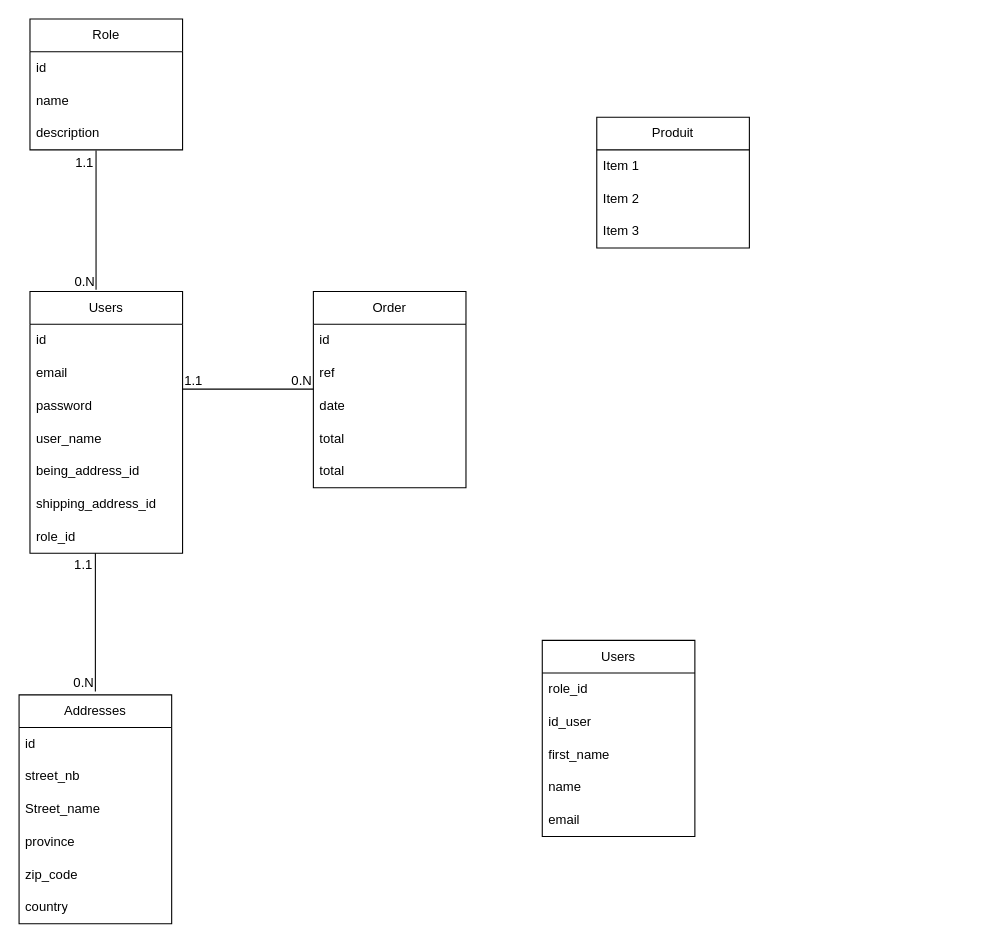
Before: Diagramme sans nom.drawio in yacdja/MVC, a draw.io diagram. Source tidied: cells renumbered, new cells numbered last; positions are measured from the earlier drawing's top-left corner, leaving out a move shared by most shapes. Both pictures are drawn from the tidied source at 109%, with x=0, y=0 at pixel (19, 19).
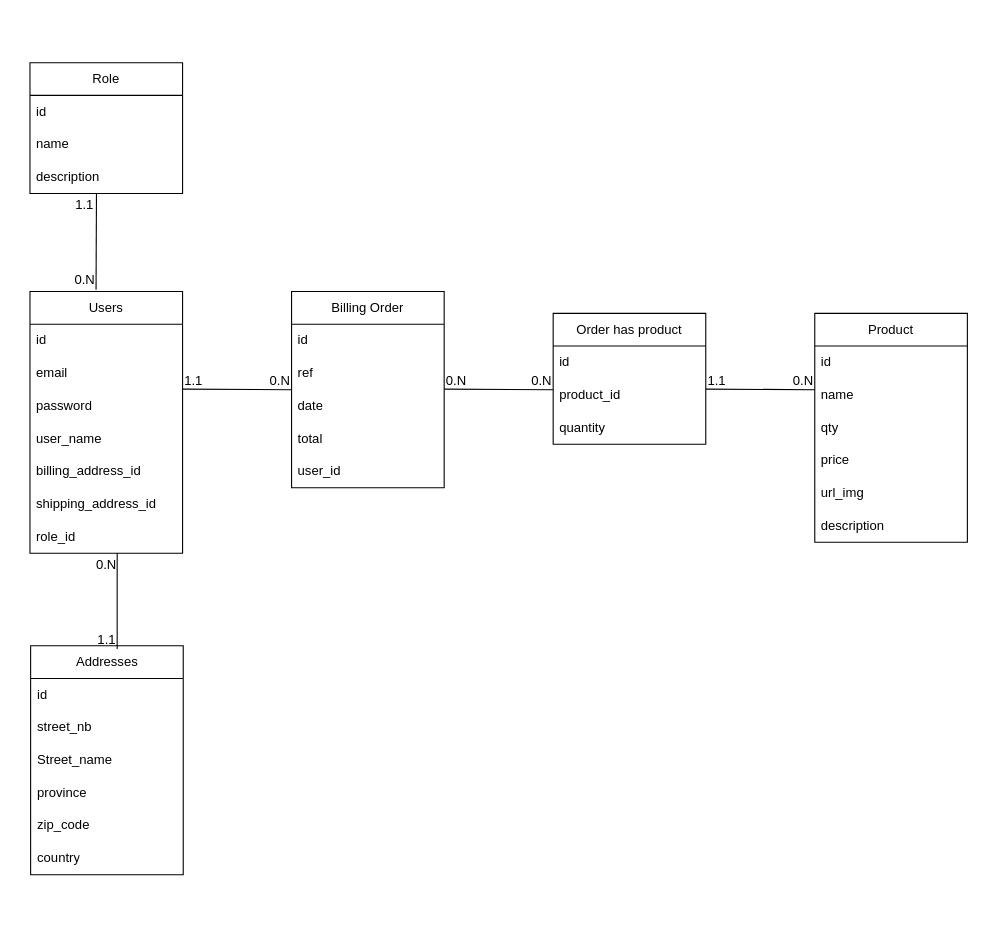
After the change.

Commit message:
Mettre à jour Diagramme sans nom.drawio

Unchanged cells that the change refers to:
```xml
<mxCell id="5" value="description" style="text;strokeColor=none;fillColor=none;align=left;verticalAlign=middle;spacingLeft=4;spacingRight=4;overflow=hidden;points=[[0,0.5],[1,0.5]];portConstraint=eastwest;whiteSpace=wrap;html=1;" parent="2" vertex="1">
  <mxGeometry y="90" width="140" height="30" as="geometry" />
</mxCell>
<mxCell id="6" value="Users" style="swimlane;fontStyle=0;horizontal=1;startSize=30;whiteSpace=wrap;html=1;" parent="1" vertex="1">
  <mxGeometry x="10" y="250" width="140" height="240" as="geometry" />
</mxCell>
```

Diff of the diagram source:
```diff
@@
     <mxCell id="2" value="Role" style="swimlane;fontStyle=0;horizontal=1;startSize=30;whiteSpace=wrap;html=1;" parent="1" vertex="1">
-      <mxGeometry x="10" width="140" height="120" as="geometry" />
+      <mxGeometry x="10" y="40" width="140" height="120" as="geometry" />
     </mxCell>
@@
-    <mxCell id="11" value="being_address_id" style="text;strokeColor=none;fillColor=none;align=left;verticalAlign=middle;spacingLeft=4;spacingRight=4;overflow=hidden;whiteSpace=wrap;html=1;" parent="6" vertex="1">
+    <mxCell id="11" value="billing_address_id" style="text;strokeColor=none;fillColor=none;align=left;verticalAlign=middle;spacingLeft=4;spacingRight=4;overflow=hidden;whiteSpace=wrap;html=1;" parent="6" vertex="1">
       <mxGeometry y="150" width="140" height="30" as="geometry" />
     </mxCell>
@@
-    <mxCell id="14" value="Produit" style="swimlane;fontStyle=0;horizontal=1;startSize=30;whiteSpace=wrap;html=1;" parent="1" vertex="1">
-      <mxGeometry x="530" y="90" width="140" height="120" as="geometry" />
+    <mxCell id="14" value="Product" style="swimlane;fontStyle=0;horizontal=1;startSize=30;whiteSpace=wrap;html=1;" parent="1" vertex="1">
+      <mxGeometry x="730" y="270" width="140" height="210" as="geometry" />
     </mxCell>
-    <mxCell id="15" value="Item 1" style="text;strokeColor=none;fillColor=none;align=left;verticalAlign=middle;spacingLeft=4;spacingRight=4;overflow=hidden;whiteSpace=wrap;html=1;" parent="14" vertex="1">
+    <mxCell id="15" value="id" style="text;strokeColor=none;fillColor=none;align=left;verticalAlign=middle;spacingLeft=4;spacingRight=4;overflow=hidden;whiteSpace=wrap;html=1;" parent="14" vertex="1">
       <mxGeometry y="30" width="140" height="30" as="geometry" />
     </mxCell>
-    <mxCell id="16" value="Item 2" style="text;strokeColor=none;fillColor=none;align=left;verticalAlign=middle;spacingLeft=4;spacingRight=4;overflow=hidden;whiteSpace=wrap;html=1;" parent="14" vertex="1">
+    <mxCell id="16" value="name" style="text;strokeColor=none;fillColor=none;align=left;verticalAlign=middle;spacingLeft=4;spacingRight=4;overflow=hidden;whiteSpace=wrap;html=1;" parent="14" vertex="1">
       <mxGeometry y="60" width="140" height="30" as="geometry" />
     </mxCell>
-    <mxCell id="17" value="Item 3" style="text;strokeColor=none;fillColor=none;align=left;verticalAlign=middle;spacingLeft=4;spacingRight=4;overflow=hidden;whiteSpace=wrap;html=1;" parent="14" vertex="1">
-      <mxGeometry y="90" width="140" height="30" as="geometry" />
-    </mxCell>
+    <mxCell id="47" value="qty" style="text;strokeColor=none;fillColor=none;align=left;verticalAlign=middle;spacingLeft=4;spacingRight=4;overflow=hidden;whiteSpace=wrap;html=1;" parent="14" vertex="1">
+      <mxGeometry y="90" width="140" height="30" as="geometry" />
+    </mxCell>
+    <mxCell id="48" value="price" style="text;strokeColor=none;fillColor=none;align=left;verticalAlign=middle;spacingLeft=4;spacingRight=4;overflow=hidden;whiteSpace=wrap;html=1;" parent="14" vertex="1">
+      <mxGeometry y="120" width="140" height="30" as="geometry" />
+    </mxCell>
+    <mxCell id="49" value="url_img" style="text;strokeColor=none;fillColor=none;align=left;verticalAlign=middle;spacingLeft=4;spacingRight=4;overflow=hidden;whiteSpace=wrap;html=1;" parent="14" vertex="1">
+      <mxGeometry y="150" width="140" height="30" as="geometry" />
+    </mxCell>
+    <mxCell id="50" value="description" style="text;strokeColor=none;fillColor=none;align=left;verticalAlign=middle;spacingLeft=4;spacingRight=4;overflow=hidden;whiteSpace=wrap;html=1;" parent="14" vertex="1">
+      <mxGeometry y="180" width="140" height="30" as="geometry" />
+    </mxCell>
-    <mxCell id="18" style="endArrow=none;html=1;rounded=0;exitX=0.433;exitY=1.022;exitDx=0;exitDy=0;exitPerimeter=0;entryX=0.433;entryY=-0.007;entryDx=0;entryDy=0;entryPerimeter=0;" parent="1" edge="1" source="5" target="6">
-      <mxGeometry relative="1" as="geometry" />
+    <mxCell id="18" style="endArrow=none;html=1;rounded=0;entryX=0.433;entryY=-0.007;entryDx=0;entryDy=0;entryPerimeter=0;" parent="1" edge="1" target="6">
+      <mxGeometry relative="1" as="geometry">
+        <mxPoint x="71" y="160" as="sourcePoint" />
+      </mxGeometry>
     </mxCell>
@@
-    <mxCell id="21" style="endArrow=none;html=1;rounded=0;entryX=0;entryY=0.5;entryDx=0;entryDy=0;exitX=1;exitY=0.5;exitDx=0;exitDy=0;" parent="1" edge="1">
+    <mxCell id="21" style="endArrow=none;html=1;rounded=0;exitX=1;exitY=0.5;exitDx=0;exitDy=0;" parent="1" edge="1">
       <mxGeometry relative="1" as="geometry">
         <mxPoint x="150" y="339.5" as="sourcePoint" />
-        <mxPoint x="270" y="339.5" as="targetPoint" />
+        <mxPoint x="250" y="340" as="targetPoint" />
       </mxGeometry>
     </mxCell>
@@
-    <mxCell id="24" value="Users" style="swimlane;fontStyle=0;horizontal=1;startSize=30;whiteSpace=wrap;html=1;" parent="1" vertex="1">
-      <mxGeometry x="480" y="570" width="140" height="180" as="geometry" />
+    <mxCell id="24" value="Order has product" style="swimlane;fontStyle=0;horizontal=1;startSize=30;whiteSpace=wrap;html=1;" parent="1" vertex="1">
+      <mxGeometry x="490" y="270" width="140" height="120" as="geometry" />
     </mxCell>
-    <mxCell id="25" value="role_id" style="text;strokeColor=none;fillColor=none;align=left;verticalAlign=middle;spacingLeft=4;spacingRight=4;overflow=hidden;whiteSpace=wrap;html=1;" parent="24" vertex="1">
+    <mxCell id="25" value="id" style="text;strokeColor=none;fillColor=none;align=left;verticalAlign=middle;spacingLeft=4;spacingRight=4;overflow=hidden;whiteSpace=wrap;html=1;" parent="24" vertex="1">
       <mxGeometry y="30" width="140" height="30" as="geometry" />
     </mxCell>
+    <mxCell id="27" value="product_id" style="text;strokeColor=none;fillColor=none;align=left;verticalAlign=middle;spacingLeft=4;spacingRight=4;overflow=hidden;whiteSpace=wrap;html=1;" parent="24" vertex="1">
+      <mxGeometry y="60" width="140" height="30" as="geometry" />
+    </mxCell>
-    <mxCell id="26" value="id_user" style="text;strokeColor=none;fillColor=none;align=left;verticalAlign=middle;spacingLeft=4;spacingRight=4;overflow=hidden;whiteSpace=wrap;html=1;" parent="24" vertex="1">
-      <mxGeometry y="60" width="140" height="30" as="geometry" />
+    <mxCell id="26" value="quantity" style="text;strokeColor=none;fillColor=none;align=left;verticalAlign=middle;spacingLeft=4;spacingRight=4;overflow=hidden;whiteSpace=wrap;html=1;" parent="24" vertex="1">
+      <mxGeometry y="90" width="140" height="30" as="geometry" />
     </mxCell>
-    <mxCell id="27" value="first_name" style="text;strokeColor=none;fillColor=none;align=left;verticalAlign=middle;spacingLeft=4;spacingRight=4;overflow=hidden;whiteSpace=wrap;html=1;" parent="24" vertex="1">
-      <mxGeometry y="90" width="140" height="30" as="geometry" />
-    </mxCell>
-    <mxCell id="28" value="name" style="text;strokeColor=none;fillColor=none;align=left;verticalAlign=middle;spacingLeft=4;spacingRight=4;overflow=hidden;whiteSpace=wrap;html=1;" parent="24" vertex="1">
-      <mxGeometry y="120" width="140" height="30" as="geometry" />
-    </mxCell>
-    <mxCell id="29" value="email" style="text;strokeColor=none;fillColor=none;align=left;verticalAlign=middle;spacingLeft=4;spacingRight=4;overflow=hidden;whiteSpace=wrap;html=1;" parent="24" vertex="1">
-      <mxGeometry y="150" width="140" height="30" as="geometry" />
-    </mxCell>
     <mxCell id="30" value="Addresses" style="swimlane;fontStyle=0;horizontal=1;startSize=30;whiteSpace=wrap;html=1;" parent="1" vertex="1">
-      <mxGeometry y="620" width="140" height="210" as="geometry" />
+      <mxGeometry x="10.6" y="575" width="140" height="210" as="geometry" />
     </mxCell>
@@
-    <mxCell id="37" value="Order" style="swimlane;fontStyle=0;horizontal=1;startSize=30;whiteSpace=wrap;html=1;" parent="1" vertex="1">
-      <mxGeometry x="270" y="250" width="140" height="180" as="geometry" />
+    <mxCell id="37" value="Billing Order" style="swimlane;fontStyle=0;horizontal=1;startSize=30;whiteSpace=wrap;html=1;" parent="1" vertex="1">
+      <mxGeometry x="250" y="250" width="140" height="180" as="geometry" />
     </mxCell>
@@
-    <mxCell id="42" value="total" style="text;strokeColor=none;fillColor=none;align=left;verticalAlign=middle;spacingLeft=4;spacingRight=4;overflow=hidden;whiteSpace=wrap;html=1;" parent="37" vertex="1">
+    <mxCell id="42" value="user_id" style="text;strokeColor=none;fillColor=none;align=left;verticalAlign=middle;spacingLeft=4;spacingRight=4;overflow=hidden;whiteSpace=wrap;html=1;" parent="37" vertex="1">
       <mxGeometry y="150" width="140" height="30" as="geometry" />
     </mxCell>
@@
-    <mxCell id="44" style="endArrow=none;html=1;rounded=0;exitX=0.433;exitY=1.022;exitDx=0;exitDy=0;exitPerimeter=0;entryX=0.433;entryY=-0.007;entryDx=0;entryDy=0;entryPerimeter=0;" parent="1" edge="1">
-      <mxGeometry relative="1" as="geometry">
-        <mxPoint x="70" y="490" as="sourcePoint" />
-        <mxPoint x="70" y="617" as="targetPoint" />
-      </mxGeometry>
-    </mxCell>
+    <mxCell id="51" style="endArrow=none;html=1;rounded=0;exitX=1;exitY=0.5;exitDx=0;exitDy=0;" parent="1" edge="1">
+      <mxGeometry relative="1" as="geometry">
+        <mxPoint x="390" y="339.5" as="sourcePoint" />
+        <mxPoint x="490" y="340" as="targetPoint" />
+      </mxGeometry>
+    </mxCell>
+    <mxCell id="52" value="0.N" style="html=1;whiteSpace=wrap;align=left;verticalAlign=bottom;" parent="51" vertex="1">
+      <mxGeometry x="-1" relative="1" as="geometry" />
+    </mxCell>
+    <mxCell id="53" value="0.N" style="html=1;whiteSpace=wrap;align=right;verticalAlign=bottom;" parent="51" vertex="1">
+      <mxGeometry x="1" relative="1" as="geometry" />
+    </mxCell>
+    <mxCell id="54" style="endArrow=none;html=1;rounded=0;exitX=1;exitY=0.5;exitDx=0;exitDy=0;" parent="1" edge="1">
+      <mxGeometry relative="1" as="geometry">
+        <mxPoint x="630" y="339.5" as="sourcePoint" />
+        <mxPoint x="730" y="340" as="targetPoint" />
+      </mxGeometry>
+    </mxCell>
-    <mxCell id="45" value="1.1" style="html=1;whiteSpace=wrap;align=left;verticalAlign=bottom;" parent="44" vertex="1">
-      <mxGeometry x="-1" relative="1" as="geometry">
-        <mxPoint x="-21" y="19" as="offset" />
-      </mxGeometry>
+    <mxCell id="45" value="1.1" style="html=1;whiteSpace=wrap;align=left;verticalAlign=bottom;" parent="54" vertex="1">
+      <mxGeometry x="-1" relative="1" as="geometry" />
     </mxCell>
-    <mxCell id="46" value="0.N" style="html=1;whiteSpace=wrap;align=right;verticalAlign=bottom;" parent="44" vertex="1">
-      <mxGeometry x="1" relative="1" as="geometry" />
-    </mxCell>
+    <mxCell id="55" value="0.N" style="html=1;whiteSpace=wrap;align=right;verticalAlign=bottom;" parent="54" vertex="1">
+      <mxGeometry x="1" relative="1" as="geometry" />
+    </mxCell>
+    <mxCell id="56" style="endArrow=none;html=1;rounded=0;entryX=0.433;entryY=-0.007;entryDx=0;entryDy=0;entryPerimeter=0;" parent="1" edge="1">
+      <mxGeometry relative="1" as="geometry">
+        <mxPoint x="90" y="490" as="sourcePoint" />
+        <mxPoint x="90" y="578" as="targetPoint" />
+      </mxGeometry>
+    </mxCell>
+    <mxCell id="57" value="0.N" style="html=1;whiteSpace=wrap;align=left;verticalAlign=bottom;" parent="56" vertex="1">
+      <mxGeometry x="-1" relative="1" as="geometry">
+        <mxPoint x="-21" y="19" as="offset" />
+      </mxGeometry>
+    </mxCell>
+    <mxCell id="58" value="1.1" style="html=1;whiteSpace=wrap;align=right;verticalAlign=bottom;" parent="56" vertex="1">
+      <mxGeometry x="1" relative="1" as="geometry" />
+    </mxCell>
```
